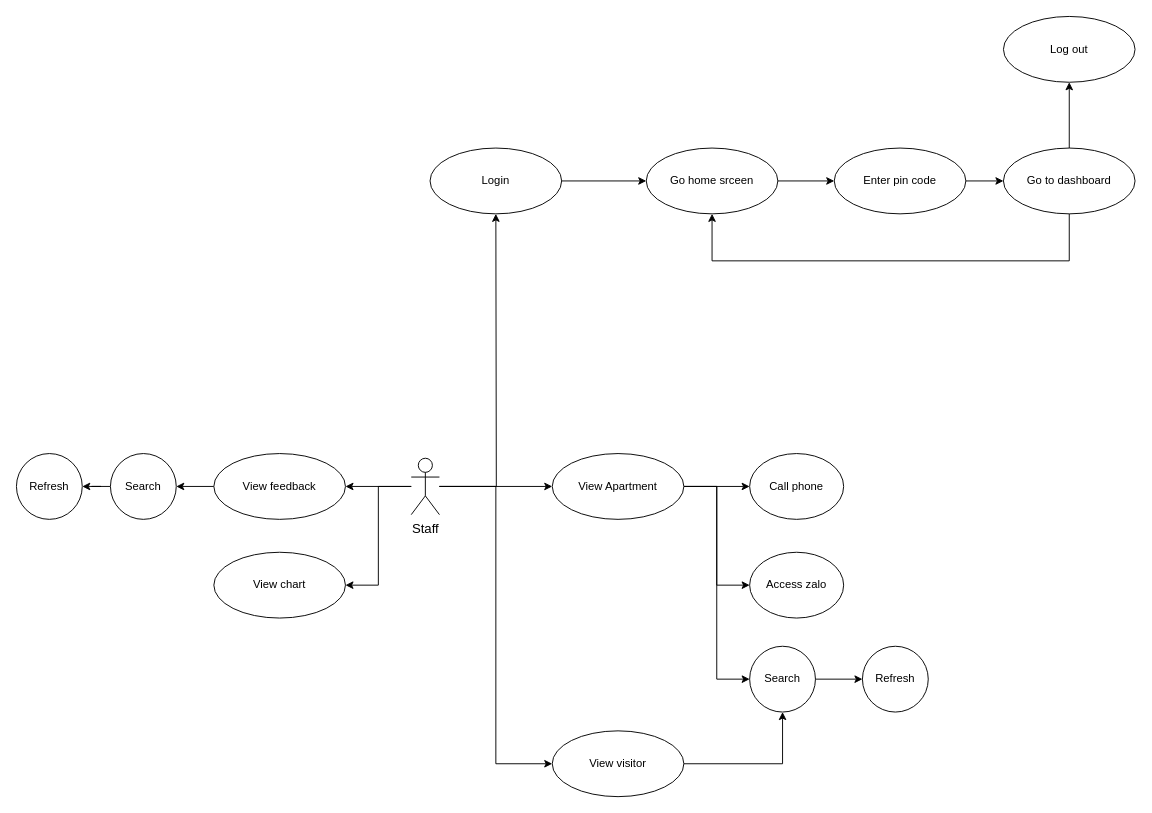
Above: page "Page-1" (1 of 3) of diagram/usecase staff.drawio in duongminhthanh/app_system_management_visitor_for_old_aparment (draw.io), before the change. Source tidied: cells renumbered, new cells numbered last; positions are measured from the earlier drawing's top-left corner, leaving out a move shared by most shapes. Both pictures are drawn from the tidied source at 94%, with x=0, y=0 at pixel (16, 16).
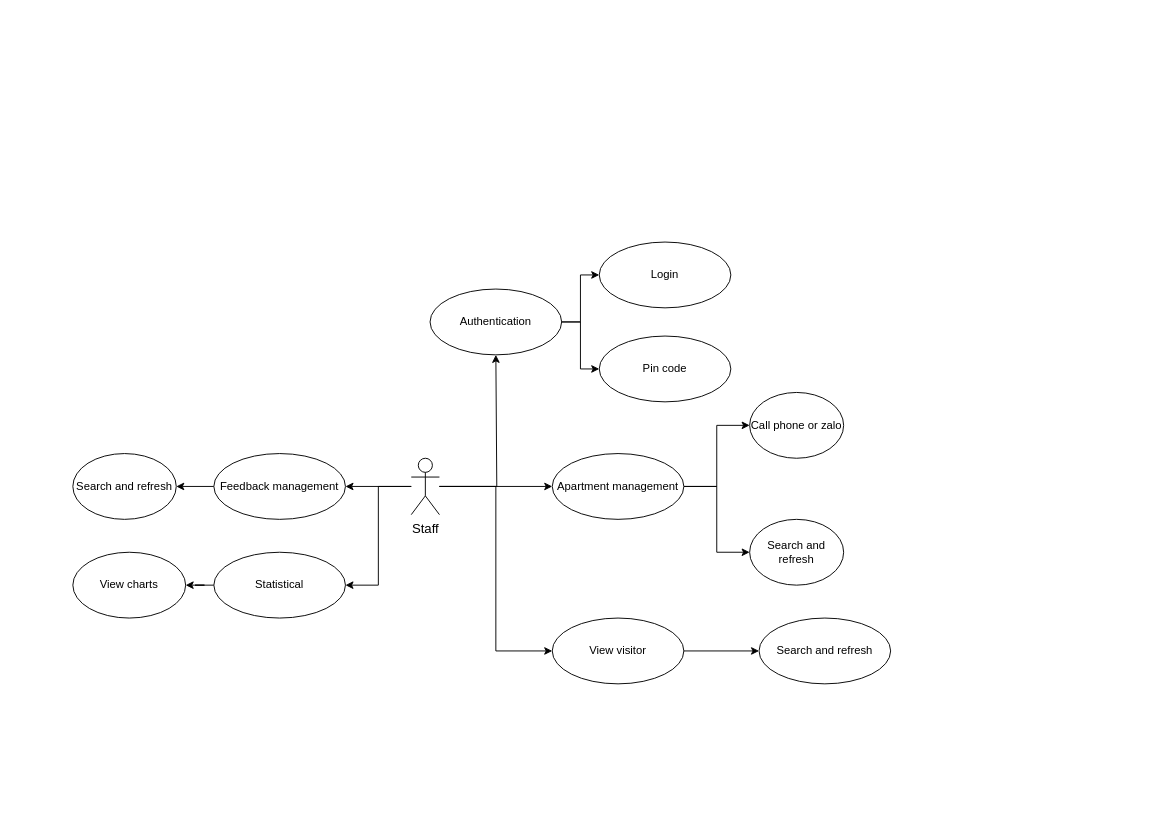
After the change.

The change refers to these unchanged cells:
```xml
<mxCell id="7" value="Staff" style="shape=umlActor;html=1;verticalLabelPosition=bottom;verticalAlign=top;align=center;fontSize=14;" parent="1" vertex="1">
  <mxGeometry x="420" y="470" width="30" height="60" as="geometry" />
</mxCell>
```

The edit, as a diff of the source:
```diff
@@
     <mxCell id="4" style="edgeStyle=orthogonalEdgeStyle;rounded=0;jettySize=auto;html=1;" parent="1" edge="1" source="7">
       <mxGeometry relative="1" as="geometry">
-        <mxPoint x="510" y="210" as="targetPoint" />
+        <mxPoint x="510" y="360" as="targetPoint" />
+        <Array as="points">
+          <mxPoint x="511" y="500" />
+        </Array>
       </mxGeometry>
     </mxCell>
@@
-    <mxCell id="10" style="edgeStyle=orthogonalEdgeStyle;rounded=0;jettySize=auto;html=1;entryX=0;entryY=0.5;entryDx=0;entryDy=0;" parent="1" edge="1" source="11" target="15">
-      <mxGeometry relative="1" as="geometry" />
-    </mxCell>
-    <mxCell id="11" value="View Apartment" style="ellipse;whiteSpace=wrap;html=1;" parent="1" vertex="1">
+    <mxCell id="11" value="Apartment management" style="ellipse;whiteSpace=wrap;html=1;" parent="1" vertex="1">
       <mxGeometry x="570" y="465" width="140" height="70" as="geometry" />
     </mxCell>
-    <mxCell id="12" value="Call phone" style="ellipse;whiteSpace=wrap;html=1;" parent="1" vertex="1">
-      <mxGeometry x="780" y="465" width="100" height="70" as="geometry" />
+    <mxCell id="12" value="Call phone or zalo" style="ellipse;whiteSpace=wrap;html=1;" parent="1" vertex="1">
+      <mxGeometry x="780" y="400" width="100" height="70" as="geometry" />
     </mxCell>
-    <mxCell id="13" value="Access zalo" style="ellipse;whiteSpace=wrap;html=1;" parent="1" vertex="1">
-      <mxGeometry x="780" y="570" width="100" height="70" as="geometry" />
+    <mxCell id="13" value="Search and refresh" style="ellipse;whiteSpace=wrap;html=1;" parent="1" vertex="1">
+      <mxGeometry x="780" y="535" width="100" height="70" as="geometry" />
     </mxCell>
-    <mxCell id="14" style="edgeStyle=orthogonalEdgeStyle;rounded=0;jettySize=auto;html=1;" parent="1" edge="1" source="15" target="20">
-      <mxGeometry relative="1" as="geometry" />
-    </mxCell>
-    <mxCell id="15" value="Search" style="ellipse;whiteSpace=wrap;html=1;" parent="1" vertex="1">
-      <mxGeometry x="780" y="670" width="70" height="70" as="geometry" />
-    </mxCell>
@@
-    <mxCell id="17" value="View feedback" style="ellipse;whiteSpace=wrap;html=1;" parent="1" vertex="1">
+    <mxCell id="17" value="Feedback management" style="ellipse;whiteSpace=wrap;html=1;" parent="1" vertex="1">
       <mxGeometry x="210" y="465" width="140" height="70" as="geometry" />
     </mxCell>
-    <mxCell id="18" style="edgeStyle=orthogonalEdgeStyle;rounded=0;jettySize=auto;html=1;entryX=0.5;entryY=1;entryDx=0;entryDy=0;" parent="1" edge="1" source="19" target="15">
-      <mxGeometry relative="1" as="geometry" />
-    </mxCell>
+    <mxCell id="35" style="edgeStyle=orthogonalEdgeStyle;rounded=0;jettySize=auto;html=1;" parent="1" edge="1" source="19" target="41">
+      <mxGeometry relative="1" as="geometry" />
+    </mxCell>
     <mxCell id="19" value="View visitor" style="ellipse;whiteSpace=wrap;html=1;" parent="1" vertex="1">
-      <mxGeometry x="570" y="760" width="140" height="70" as="geometry" />
+      <mxGeometry x="570" y="640" width="140" height="70" as="geometry" />
     </mxCell>
-    <mxCell id="20" value="Refresh" style="ellipse;whiteSpace=wrap;html=1;" parent="1" vertex="1">
-      <mxGeometry x="900" y="670" width="70" height="70" as="geometry" />
-    </mxCell>
-    <mxCell id="21" style="edgeStyle=orthogonalEdgeStyle;rounded=0;jettySize=auto;html=1;" parent="1" edge="1" source="22" target="24">
-      <mxGeometry relative="1" as="geometry" />
-    </mxCell>
+    <mxCell id="36" style="edgeStyle=orthogonalEdgeStyle;rounded=0;jettySize=auto;html=1;" parent="1" edge="1" source="22" target="39">
+      <mxGeometry relative="1" as="geometry" />
+    </mxCell>
+    <mxCell id="37" style="edgeStyle=orthogonalEdgeStyle;rounded=0;jettySize=auto;html=1;" parent="1" edge="1" source="22" target="40">
+      <mxGeometry relative="1" as="geometry" />
+    </mxCell>
-    <mxCell id="22" value="Login" style="ellipse;whiteSpace=wrap;html=1;" parent="1" vertex="1">
-      <mxGeometry x="440" y="140" width="140" height="70" as="geometry" />
+    <mxCell id="22" value="Authentication" style="ellipse;whiteSpace=wrap;html=1;" parent="1" vertex="1">
+      <mxGeometry x="440" y="290" width="140" height="70" as="geometry" />
     </mxCell>
-    <mxCell id="23" style="edgeStyle=orthogonalEdgeStyle;rounded=0;jettySize=auto;html=1;" parent="1" edge="1" source="24" target="26">
-      <mxGeometry relative="1" as="geometry" />
-    </mxCell>
-    <mxCell id="24" value="Go home srceen" style="ellipse;whiteSpace=wrap;html=1;" parent="1" vertex="1">
-      <mxGeometry x="670" y="140" width="140" height="70" as="geometry" />
-    </mxCell>
-    <mxCell id="25" style="edgeStyle=orthogonalEdgeStyle;rounded=0;jettySize=auto;html=1;" parent="1" edge="1" source="26" target="29">
-      <mxGeometry relative="1" as="geometry" />
-    </mxCell>
-    <mxCell id="26" value="Enter pin code" style="ellipse;whiteSpace=wrap;html=1;" parent="1" vertex="1">
-      <mxGeometry x="870" y="140" width="140" height="70" as="geometry" />
-    </mxCell>
-    <mxCell id="27" style="edgeStyle=orthogonalEdgeStyle;rounded=0;jettySize=auto;html=1;" parent="1" edge="1" source="29" target="24">
-      <mxGeometry relative="1" as="geometry">
-        <Array as="points">
-          <mxPoint x="1120" y="260" />
-          <mxPoint x="740" y="260" />
-        </Array>
-      </mxGeometry>
-    </mxCell>
-    <mxCell id="28" style="edgeStyle=orthogonalEdgeStyle;rounded=0;jettySize=auto;html=1;" parent="1" edge="1" source="29" target="30">
-      <mxGeometry relative="1" as="geometry" />
-    </mxCell>
-    <mxCell id="29" value="Go to dashboard" style="ellipse;whiteSpace=wrap;html=1;" parent="1" vertex="1">
-      <mxGeometry x="1050" y="140" width="140" height="70" as="geometry" />
-    </mxCell>
-    <mxCell id="30" value="Log out" style="ellipse;whiteSpace=wrap;html=1;" parent="1" vertex="1">
-      <mxGeometry x="1050" width="140" height="70" as="geometry" />
-    </mxCell>
-    <mxCell id="31" style="edgeStyle=orthogonalEdgeStyle;rounded=0;jettySize=auto;html=1;" parent="1" edge="1" source="32" target="33">
-      <mxGeometry relative="1" as="geometry" />
-    </mxCell>
-    <mxCell id="32" value="Search" style="ellipse;whiteSpace=wrap;html=1;" parent="1" vertex="1">
-      <mxGeometry x="100" y="465" width="70" height="70" as="geometry" />
+    <mxCell id="32" value="Search and refresh" style="ellipse;whiteSpace=wrap;html=1;" parent="1" vertex="1">
+      <mxGeometry x="60" y="465" width="110" height="70" as="geometry" />
     </mxCell>
-    <mxCell id="33" value="Refresh" style="ellipse;whiteSpace=wrap;html=1;" parent="1" vertex="1">
-      <mxGeometry y="465" width="70" height="70" as="geometry" />
-    </mxCell>
+    <mxCell id="38" style="edgeStyle=orthogonalEdgeStyle;rounded=0;jettySize=auto;html=1;" parent="1" edge="1" source="34" target="42">
+      <mxGeometry relative="1" as="geometry" />
+    </mxCell>
-    <mxCell id="34" value="View chart" style="ellipse;whiteSpace=wrap;html=1;" parent="1" vertex="1">
+    <mxCell id="34" value="Statistical" style="ellipse;whiteSpace=wrap;html=1;" parent="1" vertex="1">
       <mxGeometry x="210" y="570" width="140" height="70" as="geometry" />
     </mxCell>
+    <mxCell id="39" value="Login" style="ellipse;whiteSpace=wrap;html=1;" parent="1" vertex="1">
+      <mxGeometry x="620" y="240" width="140" height="70" as="geometry" />
+    </mxCell>
+    <mxCell id="40" value="Pin code" style="ellipse;whiteSpace=wrap;html=1;" parent="1" vertex="1">
+      <mxGeometry x="620" y="340" width="140" height="70" as="geometry" />
+    </mxCell>
+    <mxCell id="41" value="Search and refresh" style="ellipse;whiteSpace=wrap;html=1;" parent="1" vertex="1">
+      <mxGeometry x="790" y="640" width="140" height="70" as="geometry" />
+    </mxCell>
+    <mxCell id="42" value="View charts" style="ellipse;whiteSpace=wrap;html=1;" parent="1" vertex="1">
+      <mxGeometry x="60" y="570" width="120" height="70" as="geometry" />
+    </mxCell>
```
